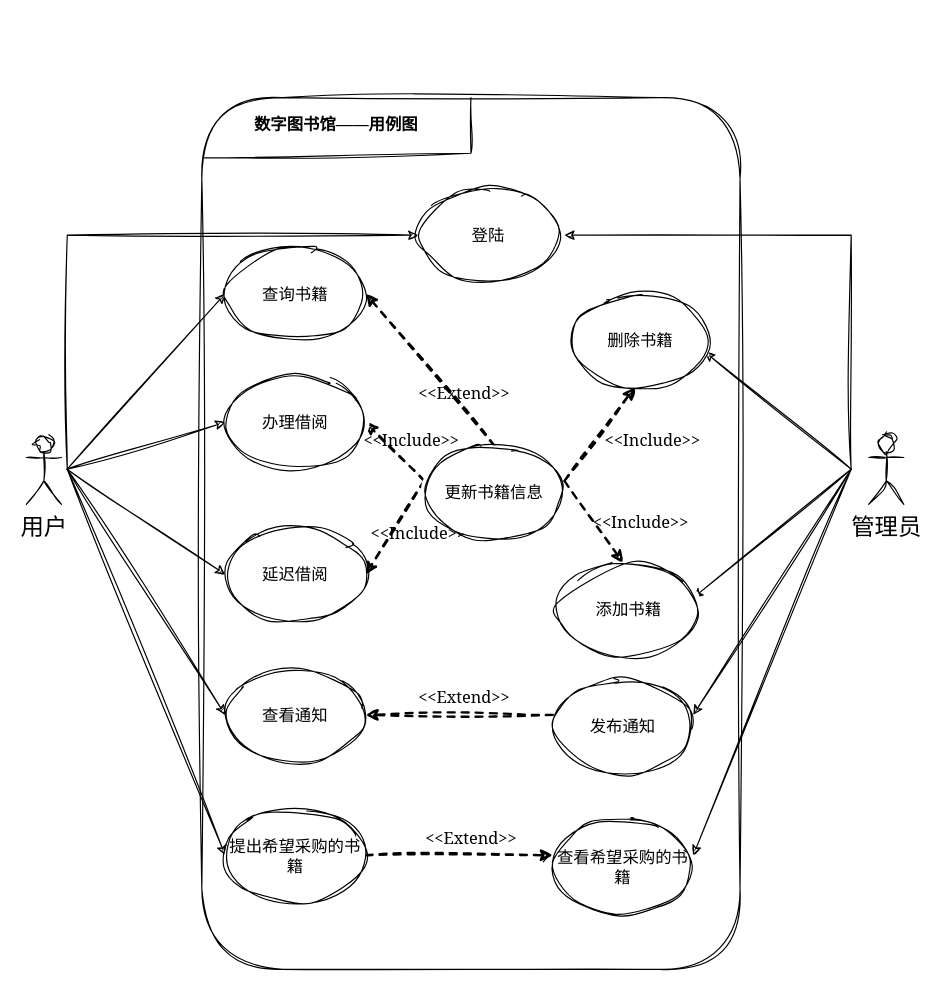
Before: useCaseDiagram/数字图书馆用例图.drawio in Jinlkj/DrawIO, a draw.io diagram. Source tidied: cells renumbered, new cells numbered last; positions are measured from the earlier drawing's top-left corner, leaving out a move shared by most shapes. Both pictures are drawn from the tidied source at 117%, with x=0, y=0 at pixel (26, 97).
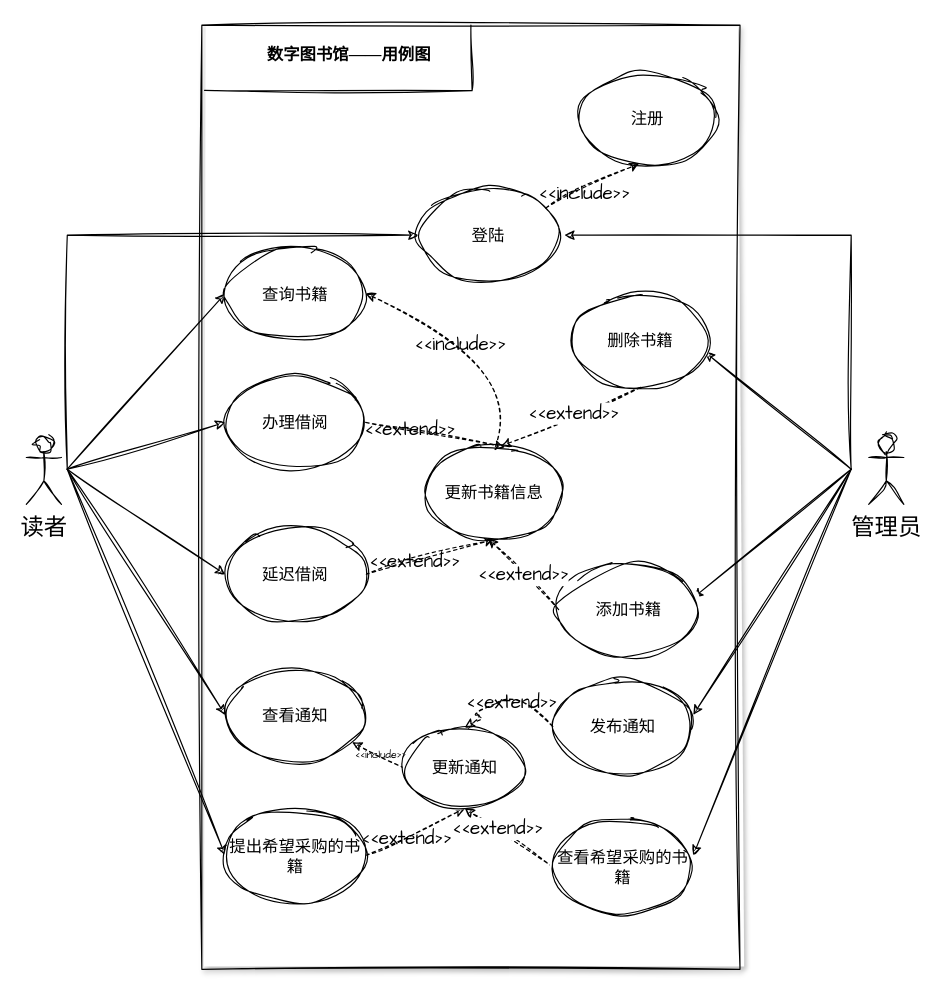
After the change.

Commit message:
更新数字图书馆用例图.drawio

Unchanged cells that the change refers to:
```xml
<mxCell id="28" value="查询书籍" style="ellipse;whiteSpace=wrap;html=1;sketch=1;hachureGap=4;jiggle=2;curveFitting=1;fontFamily=Georgia;fontSize=14;" parent="1" vertex="1">
  <mxGeometry x="170" y="127.5" width="120" height="80" as="geometry" />
</mxCell>
<mxCell id="29" value="办理借阅" style="ellipse;whiteSpace=wrap;html=1;sketch=1;hachureGap=4;jiggle=2;curveFitting=1;fontFamily=Georgia;fontSize=14;" parent="1" vertex="1">
  <mxGeometry x="170" y="237.5" width="120" height="80" as="geometry" />
</mxCell>
<mxCell id="30" value="延迟借阅" style="ellipse;whiteSpace=wrap;html=1;sketch=1;hachureGap=4;jiggle=2;curveFitting=1;fontFamily=Georgia;fontSize=14;" parent="1" vertex="1">
  <mxGeometry x="170" y="367.5" width="120" height="80" as="geometry" />
</mxCell>
<mxCell id="31" value="查看通知" style="ellipse;whiteSpace=wrap;html=1;sketch=1;hachureGap=4;jiggle=2;curveFitting=1;fontFamily=Georgia;fontSize=14;" parent="1" vertex="1">
  <mxGeometry x="170" y="487.5" width="120" height="80" as="geometry" />
</mxCell>
<mxCell id="32" value="提出希望采购的书籍" style="ellipse;whiteSpace=wrap;html=1;sketch=1;hachureGap=4;jiggle=2;curveFitting=1;fontFamily=Georgia;fontSize=14;" parent="1" vertex="1">
  <mxGeometry x="170" y="607.5" width="120" height="80" as="geometry" />
</mxCell>
<mxCell id="33" value="删除书籍" style="ellipse;whiteSpace=wrap;html=1;sketch=1;hachureGap=4;jiggle=2;curveFitting=1;fontFamily=Georgia;fontSize=14;" parent="1" vertex="1">
  <mxGeometry x="465" y="167.5" width="120" height="80" as="geometry" />
</mxCell>
<mxCell id="34" value="添加书籍" style="ellipse;whiteSpace=wrap;html=1;sketch=1;hachureGap=4;jiggle=2;curveFitting=1;fontFamily=Georgia;fontSize=14;" parent="1" vertex="1">
  <mxGeometry x="455" y="397.5" width="120" height="80" as="geometry" />
</mxCell>
<mxCell id="35" value="发布通知" style="ellipse;whiteSpace=wrap;html=1;sketch=1;hachureGap=4;jiggle=2;curveFitting=1;fontFamily=Georgia;fontSize=14;" parent="1" vertex="1">
  <mxGeometry x="450" y="497.5" width="120" height="80" as="geometry" />
</mxCell>
<mxCell id="36" value="查看希望采购的书籍" style="ellipse;whiteSpace=wrap;html=1;sketch=1;hachureGap=4;jiggle=2;curveFitting=1;fontFamily=Georgia;fontSize=14;" parent="1" vertex="1">
  <mxGeometry x="450" y="617.5" width="120" height="80" as="geometry" />
</mxCell>
<mxCell id="37" value="更新书籍信息" style="ellipse;whiteSpace=wrap;html=1;sketch=1;hachureGap=4;jiggle=2;curveFitting=1;fontFamily=Georgia;fontSize=14;" parent="1" vertex="1">
  <mxGeometry x="340" y="297.5" width="120" height="80" as="geometry" />
</mxCell>
<mxCell id="38" value="登陆" style="ellipse;whiteSpace=wrap;html=1;sketch=1;hachureGap=4;jiggle=2;curveFitting=1;fontFamily=Georgia;fontSize=14;" parent="1" vertex="1">
  <mxGeometry x="335" y="77.5" width="120" height="80" as="geometry" />
</mxCell>
```

What changed in the source:
```diff
@@
-    <mxCell id="2" style="rounded=1;whiteSpace=wrap;html=1;sketch=1;hachureGap=4;jiggle=2;curveFitting=1;fontFamily=Georgia;fontSize=14;" parent="1" vertex="1">
-      <mxGeometry x="150" width="460" height="745" as="geometry" />
+    <mxCell id="2" style="rounded=0;whiteSpace=wrap;html=1;sketch=1;hachureGap=4;jiggle=2;curveFitting=1;fontFamily=Georgia;fontSize=14;glass=0;shadow=1;" parent="1" vertex="1">
+      <mxGeometry x="150" y="-62" width="460" height="807" as="geometry" />
     </mxCell>
@@
     <mxCell id="13" value="&lt;font style=&quot;font-size: 14px;&quot;&gt;&lt;b style=&quot;font-size: 14px;&quot;&gt;数字图书馆——用例图&lt;/b&gt;&lt;/font&gt;" style="text;html=1;strokeColor=none;fillColor=none;align=center;verticalAlign=middle;whiteSpace=wrap;rounded=0;fontSize=14;strokeWidth=2;fontColor=#000000;fontFamily=Georgia;" parent="1" vertex="1">
-      <mxGeometry x="180" y="7.5" width="170" height="30" as="geometry" />
+      <mxGeometry x="191" y="-52" width="170" height="30" as="geometry" />
     </mxCell>
-    <mxCell id="14" style="edgeStyle=orthogonalEdgeStyle;rounded=0;orthogonalLoop=1;jettySize=auto;html=1;exitX=1;exitY=0.5;exitDx=0;exitDy=0;entryX=0;entryY=0.5;entryDx=0;entryDy=0;dashed=1;fontSize=14;strokeColor=default;strokeWidth=2;fontFamily=Georgia;sketch=1;hachureGap=4;jiggle=2;curveFitting=1;" parent="1" edge="1">
-      <mxGeometry relative="1" as="geometry">
-        <mxPoint x="290" y="647.5" as="sourcePoint" />
-        <mxPoint x="450" y="647.5" as="targetPoint" />
-      </mxGeometry>
-    </mxCell>
-    <mxCell id="15" style="rounded=0;orthogonalLoop=1;jettySize=auto;html=1;exitX=0;exitY=0.5;exitDx=0;exitDy=0;entryX=1;entryY=0.5;entryDx=0;entryDy=0;dashed=1;fontSize=14;strokeColor=default;strokeWidth=2;fontFamily=Georgia;sketch=1;hachureGap=4;jiggle=2;curveFitting=1;" parent="1" edge="1">
-      <mxGeometry relative="1" as="geometry">
-        <mxPoint x="450" y="527.5" as="sourcePoint" />
-        <mxPoint x="290" y="527.5" as="targetPoint" />
-      </mxGeometry>
-    </mxCell>
-    <mxCell id="16" value="&lt;font style=&quot;font-size: 14px;&quot;&gt;&amp;lt;&amp;lt;Extend&amp;gt;&amp;gt;&lt;/font&gt;" style="text;html=1;align=center;verticalAlign=middle;strokeColor=none;fillColor=none;fontSize=14;strokeWidth=2;rounded=0;fontColor=#000000;fontFamily=Georgia;" parent="1" vertex="1">
-      <mxGeometry x="323.5" y="497.5" width="100" height="30" as="geometry" />
-    </mxCell>
-    <mxCell id="17" style="rounded=0;orthogonalLoop=1;jettySize=auto;html=1;exitX=0.5;exitY=0;exitDx=0;exitDy=0;entryX=1;entryY=0.5;entryDx=0;entryDy=0;dashed=1;fontSize=14;strokeColor=default;strokeWidth=2;fontFamily=Georgia;sketch=1;hachureGap=4;jiggle=2;curveFitting=1;" parent="1" edge="1">
-      <mxGeometry relative="1" as="geometry">
-        <mxPoint x="400" y="297.5" as="sourcePoint" />
-        <mxPoint x="290" y="167.5" as="targetPoint" />
-      </mxGeometry>
-    </mxCell>
-    <mxCell id="18" style="rounded=0;orthogonalLoop=1;jettySize=auto;html=1;exitX=0;exitY=0.5;exitDx=0;exitDy=0;dashed=1;entryX=1;entryY=0.5;entryDx=0;entryDy=0;fontSize=14;strokeColor=default;strokeWidth=2;fontFamily=Georgia;sketch=1;hachureGap=4;jiggle=2;curveFitting=1;" parent="1" edge="1">
-      <mxGeometry relative="1" as="geometry">
-        <mxPoint x="340" y="327.5" as="sourcePoint" />
-        <mxPoint x="290" y="277.5" as="targetPoint" />
-      </mxGeometry>
-    </mxCell>
-    <mxCell id="19" style="rounded=0;orthogonalLoop=1;jettySize=auto;html=1;exitX=0;exitY=0.5;exitDx=0;exitDy=0;entryX=1;entryY=0.5;entryDx=0;entryDy=0;dashed=1;fontSize=14;strokeColor=default;strokeWidth=2;fontFamily=Georgia;sketch=1;hachureGap=4;jiggle=2;curveFitting=1;" parent="1" edge="1">
-      <mxGeometry relative="1" as="geometry">
-        <mxPoint x="340" y="327.5" as="sourcePoint" />
-        <mxPoint x="290" y="407.5" as="targetPoint" />
-      </mxGeometry>
-    </mxCell>
-    <mxCell id="20" style="rounded=0;orthogonalLoop=1;jettySize=auto;html=1;exitX=1;exitY=0.5;exitDx=0;exitDy=0;entryX=0.5;entryY=1;entryDx=0;entryDy=0;dashed=1;fontSize=14;strokeColor=default;strokeWidth=2;fontFamily=Georgia;sketch=1;hachureGap=4;jiggle=2;curveFitting=1;" parent="1" edge="1">
-      <mxGeometry relative="1" as="geometry">
-        <mxPoint x="460" y="327.5" as="sourcePoint" />
-        <mxPoint x="520" y="247.5" as="targetPoint" />
-      </mxGeometry>
-    </mxCell>
-    <mxCell id="21" style="rounded=0;orthogonalLoop=1;jettySize=auto;html=1;exitX=1;exitY=0.5;exitDx=0;exitDy=0;entryX=0.5;entryY=0;entryDx=0;entryDy=0;dashed=1;fontSize=14;strokeColor=default;strokeWidth=2;fontFamily=Georgia;sketch=1;hachureGap=4;jiggle=2;curveFitting=1;" parent="1" edge="1">
-      <mxGeometry relative="1" as="geometry">
-        <mxPoint x="460" y="327.5" as="sourcePoint" />
-        <mxPoint x="510" y="397.5" as="targetPoint" />
-      </mxGeometry>
-    </mxCell>
-    <mxCell id="22" value="&lt;font style=&quot;font-size: 14px;&quot;&gt;&amp;lt;&amp;lt;Extend&amp;gt;&amp;gt;&lt;/font&gt;" style="text;html=1;align=center;verticalAlign=middle;strokeColor=none;fillColor=none;fontSize=14;strokeWidth=2;rounded=0;fontColor=#000000;fontFamily=Georgia;" parent="1" vertex="1">
-      <mxGeometry x="324" y="237.5" width="100" height="30" as="geometry" />
-    </mxCell>
-    <mxCell id="23" value="&lt;font style=&quot;font-size: 14px;&quot;&gt;&amp;lt;&amp;lt;Include&amp;gt;&amp;gt;&lt;/font&gt;" style="text;html=1;align=center;verticalAlign=middle;strokeColor=none;fillColor=none;fontSize=14;strokeWidth=2;rounded=0;fontColor=#000000;fontFamily=Georgia;" parent="1" vertex="1">
-      <mxGeometry x="274" y="277.5" width="110" height="30" as="geometry" />
-    </mxCell>
-    <mxCell id="24" value="&lt;font style=&quot;font-size: 14px;&quot;&gt;&amp;lt;&amp;lt;Include&amp;gt;&amp;gt;&lt;/font&gt;" style="text;html=1;align=center;verticalAlign=middle;strokeColor=none;fillColor=none;fontSize=14;strokeWidth=2;rounded=0;fontColor=#000000;fontFamily=Georgia;" parent="1" vertex="1">
-      <mxGeometry x="280" y="357.5" width="110" height="30" as="geometry" />
-    </mxCell>
-    <mxCell id="25" value="&lt;font style=&quot;font-size: 14px;&quot;&gt;&amp;lt;&amp;lt;Extend&amp;gt;&amp;gt;&lt;/font&gt;" style="text;html=1;align=center;verticalAlign=middle;strokeColor=none;fillColor=none;fontSize=14;strokeWidth=2;rounded=0;fontColor=#000000;fontFamily=Georgia;" parent="1" vertex="1">
-      <mxGeometry x="330" y="617.5" width="100" height="30" as="geometry" />
-    </mxCell>
-    <mxCell id="26" value="&lt;font style=&quot;font-size: 14px;&quot;&gt;&amp;lt;&amp;lt;Include&amp;gt;&amp;gt;&lt;/font&gt;" style="text;html=1;align=center;verticalAlign=middle;strokeColor=none;fillColor=none;fontSize=14;strokeWidth=2;rounded=0;fontColor=#000000;fontFamily=Georgia;" parent="1" vertex="1">
-      <mxGeometry x="470" y="347.5" width="110" height="30" as="geometry" />
-    </mxCell>
-    <mxCell id="27" value="&lt;font style=&quot;font-size: 14px;&quot;&gt;&amp;lt;&amp;lt;Include&amp;gt;&amp;gt;&lt;/font&gt;" style="text;html=1;align=center;verticalAlign=middle;strokeColor=none;fillColor=none;fontSize=14;strokeWidth=2;rounded=0;fontColor=#000000;fontFamily=Georgia;" parent="1" vertex="1">
-      <mxGeometry x="480" y="277.5" width="110" height="30" as="geometry" />
-    </mxCell>
@@
+    <mxCell id="43" style="edgeStyle=none;shape=connector;rounded=0;sketch=1;hachureGap=4;jiggle=2;curveFitting=1;jettySize=auto;html=1;exitX=1;exitY=0.5;exitDx=0;exitDy=0;entryX=0.5;entryY=1;entryDx=0;entryDy=0;labelBackgroundColor=default;strokeColor=default;align=center;verticalAlign=middle;fontFamily=Architects Daughter;fontSize=16;fontColor=default;endArrow=classic;dashed=1;" parent="1" edge="1" source="30" target="37">
+      <mxGeometry relative="1" as="geometry" />
+    </mxCell>
+    <mxCell id="44" value="&amp;lt;&amp;lt;extend&amp;gt;&amp;gt;" style="edgeLabel;html=1;align=center;verticalAlign=middle;fontSize=16;fontFamily=Architects Daughter;fontColor=default;labelBackgroundColor=none;" parent="43" vertex="1">
+      <mxGeometry x="-0.25" relative="1" as="geometry" />
+    </mxCell>
@@
+    <mxCell id="45" style="edgeStyle=none;shape=connector;rounded=0;sketch=1;hachureGap=4;jiggle=2;curveFitting=1;jettySize=auto;html=1;exitX=1;exitY=0.5;exitDx=0;exitDy=0;entryX=0.5;entryY=1;entryDx=0;entryDy=0;labelBackgroundColor=default;strokeColor=default;align=center;verticalAlign=middle;fontFamily=Architects Daughter;fontSize=16;fontColor=default;endArrow=classic;dashed=1;" parent="1" edge="1" source="32" target="54">
+      <mxGeometry relative="1" as="geometry" />
+    </mxCell>
+    <mxCell id="46" value="&amp;lt;&amp;lt;extend&amp;gt;&amp;gt;" style="edgeLabel;html=1;align=center;verticalAlign=middle;fontSize=16;fontFamily=Architects Daughter;fontColor=default;labelBackgroundColor=none;" parent="45" vertex="1">
+      <mxGeometry x="-0.18" y="-1" relative="1" as="geometry" />
+    </mxCell>
@@
+    <mxCell id="47" style="edgeStyle=none;shape=connector;rounded=0;sketch=1;hachureGap=4;jiggle=2;curveFitting=1;jettySize=auto;html=1;exitX=0;exitY=0.5;exitDx=0;exitDy=0;entryX=0.5;entryY=1;entryDx=0;entryDy=0;labelBackgroundColor=default;strokeColor=default;align=center;verticalAlign=middle;fontFamily=Architects Daughter;fontSize=16;fontColor=default;endArrow=classic;dashed=1;" parent="1" edge="1" source="36" target="54">
+      <mxGeometry relative="1" as="geometry" />
+    </mxCell>
+    <mxCell id="48" value="&amp;lt;&amp;lt;extend&amp;gt;&amp;gt;" style="edgeLabel;html=1;align=center;verticalAlign=middle;fontSize=16;fontFamily=Architects Daughter;fontColor=default;" parent="47" vertex="1">
+      <mxGeometry x="0.28" y="-1" relative="1" as="geometry" />
+    </mxCell>
@@
-    <mxCell id="39" value="用户" style="shape=umlActor;verticalLabelPosition=bottom;verticalAlign=top;html=1;sketch=1;hachureGap=4;jiggle=2;curveFitting=1;fontFamily=Georgia;fontSize=20;" parent="1" vertex="1">
+    <mxCell id="39" value="读者" style="shape=umlActor;verticalLabelPosition=bottom;verticalAlign=top;html=1;sketch=1;hachureGap=4;jiggle=2;curveFitting=1;fontFamily=Georgia;fontSize=20;" parent="1" vertex="1">
       <mxGeometry y="287.5" width="30" height="60" as="geometry" />
     </mxCell>
     <mxCell id="40" style="endArrow=none;html=1;rounded=0;sketch=1;hachureGap=4;jiggle=2;curveFitting=1;fontFamily=Georgia;fontSize=14;exitX=0.005;exitY=0.069;exitDx=0;exitDy=0;exitPerimeter=0;entryX=0.5;entryY=0;entryDx=0;entryDy=0;" parent="1" edge="1" source="2" target="2">
       <mxGeometry relative="1" as="geometry">
         <Array as="points">
-          <mxPoint x="380" y="47.5" />
+          <mxPoint x="381" y="-6" />
         </Array>
       </mxGeometry>
     </mxCell>
@@
+    <mxCell id="49" value="注册" style="ellipse;whiteSpace=wrap;html=1;sketch=1;hachureGap=4;jiggle=2;curveFitting=1;fontFamily=Georgia;fontSize=14;" parent="1" vertex="1">
+      <mxGeometry x="471" y="-22" width="120" height="80" as="geometry" />
+    </mxCell>
+    <mxCell id="50" style="edgeStyle=none;shape=connector;rounded=0;sketch=1;hachureGap=4;jiggle=2;curveFitting=1;jettySize=auto;html=1;entryX=0.442;entryY=0.975;entryDx=0;entryDy=0;entryPerimeter=0;labelBackgroundColor=default;strokeColor=default;align=center;verticalAlign=middle;fontFamily=Architects Daughter;fontSize=16;fontColor=default;endArrow=classic;dashed=1;strokeWidth=1;" parent="1" edge="1" source="38" target="49">
+      <mxGeometry relative="1" as="geometry" />
+    </mxCell>
+    <mxCell id="51" value="&amp;lt;&amp;lt;include&amp;gt;&amp;gt;" style="edgeLabel;html=1;align=center;verticalAlign=middle;fontSize=16;fontFamily=Architects Daughter;fontColor=default;labelBackgroundColor=none;" parent="50" vertex="1">
+      <mxGeometry x="-0.22" y="-2" relative="1" as="geometry" />
+    </mxCell>
+    <mxCell id="52" style="edgeStyle=none;shape=connector;rounded=0;sketch=1;hachureGap=4;jiggle=2;curveFitting=1;jettySize=auto;html=1;exitX=0;exitY=0.5;exitDx=0;exitDy=0;labelBackgroundColor=default;strokeColor=default;align=center;verticalAlign=middle;fontFamily=Architects Daughter;fontSize=16;fontColor=default;endArrow=classic;dashed=1;" parent="1" edge="1" source="54" target="31">
+      <mxGeometry relative="1" as="geometry" />
+    </mxCell>
+    <mxCell id="53" value="&amp;lt;&amp;lt;include&amp;gt;&amp;gt;" style="edgeLabel;html=1;align=center;verticalAlign=middle;fontSize=9;fontFamily=Architects Daughter;fontColor=default;labelBackgroundColor=none;" parent="52" vertex="1">
+      <mxGeometry x="-0.07" relative="1" as="geometry" />
+    </mxCell>
+    <mxCell id="54" value="更新通知" style="ellipse;whiteSpace=wrap;html=1;sketch=1;hachureGap=4;jiggle=2;curveFitting=1;fontFamily=Georgia;fontSize=14;" parent="1" vertex="1">
+      <mxGeometry x="323" y="538.5" width="103.5" height="69" as="geometry" />
+    </mxCell>
+    <mxCell id="55" style="edgeStyle=none;shape=connector;rounded=0;sketch=1;hachureGap=4;jiggle=2;curveFitting=1;jettySize=auto;html=1;exitX=1;exitY=0.5;exitDx=0;exitDy=0;entryX=0.577;entryY=0.013;entryDx=0;entryDy=0;entryPerimeter=0;labelBackgroundColor=default;strokeColor=default;align=center;verticalAlign=middle;fontFamily=Architects Daughter;fontSize=16;fontColor=default;endArrow=classic;dashed=1;" parent="1" edge="1" source="29" target="37">
+      <mxGeometry relative="1" as="geometry" />
+    </mxCell>
+    <mxCell id="56" value="&amp;lt;&amp;lt;extend&amp;gt;&amp;gt;" style="edgeLabel;html=1;align=center;verticalAlign=middle;fontSize=16;fontFamily=Architects Daughter;fontColor=default;labelBackgroundColor=none;" parent="55" vertex="1">
+      <mxGeometry x="-0.38" y="1" relative="1" as="geometry" />
+    </mxCell>
+    <mxCell id="57" style="edgeStyle=none;shape=connector;rounded=0;sketch=1;hachureGap=4;jiggle=2;curveFitting=1;jettySize=auto;html=1;exitX=0.5;exitY=1;exitDx=0;exitDy=0;entryX=0.548;entryY=0.005;entryDx=0;entryDy=0;entryPerimeter=0;labelBackgroundColor=default;strokeColor=default;align=center;verticalAlign=middle;fontFamily=Architects Daughter;fontSize=16;fontColor=default;endArrow=classic;dashed=1;" parent="1" edge="1" source="33" target="37">
+      <mxGeometry relative="1" as="geometry" />
+    </mxCell>
+    <mxCell id="58" value="&amp;lt;&amp;lt;extend&amp;gt;&amp;gt;" style="edgeLabel;html=1;align=center;verticalAlign=middle;fontSize=16;fontFamily=Architects Daughter;fontColor=default;" parent="57" vertex="1">
+      <mxGeometry x="-0.06" y="-3" relative="1" as="geometry">
+        <mxPoint y="1" as="offset" />
+      </mxGeometry>
+    </mxCell>
+    <mxCell id="59" style="edgeStyle=none;shape=connector;rounded=0;sketch=1;hachureGap=4;jiggle=2;curveFitting=1;jettySize=auto;html=1;exitX=0;exitY=0.5;exitDx=0;exitDy=0;entryX=0.456;entryY=0.987;entryDx=0;entryDy=0;entryPerimeter=0;labelBackgroundColor=default;strokeColor=default;align=center;verticalAlign=middle;fontFamily=Architects Daughter;fontSize=16;fontColor=default;endArrow=classic;dashed=1;" parent="1" edge="1" source="34" target="37">
+      <mxGeometry relative="1" as="geometry" />
+    </mxCell>
+    <mxCell id="60" value="&amp;lt;&amp;lt;extend&amp;gt;&amp;gt;" style="edgeLabel;html=1;align=center;verticalAlign=middle;fontSize=16;fontFamily=Architects Daughter;fontColor=default;" parent="59" vertex="1">
+      <mxGeometry y="1" relative="1" as="geometry" />
+    </mxCell>
+    <mxCell id="61" style="curved=1;endArrow=classic;html=1;rounded=0;labelBackgroundColor=default;sketch=1;hachureGap=4;jiggle=2;curveFitting=1;strokeColor=default;align=center;verticalAlign=middle;fontFamily=Architects Daughter;fontSize=16;fontColor=default;shape=connector;exitX=0;exitY=0.5;exitDx=0;exitDy=0;entryX=0.5;entryY=0;entryDx=0;entryDy=0;dashed=1;" parent="1" edge="1" source="35" target="54">
+      <mxGeometry relative="1" as="geometry">
+        <Array as="points">
+          <mxPoint x="421" y="508" />
+          <mxPoint x="381" y="528" />
+          <mxPoint x="391" y="528" />
+        </Array>
+      </mxGeometry>
+    </mxCell>
+    <mxCell id="62" value="&amp;lt;&amp;lt;extend&amp;gt;&amp;gt;" style="edgeLabel;html=1;align=center;verticalAlign=middle;fontSize=16;fontFamily=Architects Daughter;fontColor=default;labelBackgroundColor=none;" parent="61" vertex="1">
+      <mxGeometry x="-0.12" y="5" relative="1" as="geometry" />
+    </mxCell>
+    <mxCell id="63" style="curved=1;endArrow=classic;html=1;rounded=0;labelBackgroundColor=default;sketch=1;hachureGap=4;jiggle=2;curveFitting=1;strokeColor=default;align=center;verticalAlign=middle;fontFamily=Architects Daughter;fontSize=16;fontColor=default;shape=connector;entryX=1;entryY=0.5;entryDx=0;entryDy=0;dashed=1;" parent="1" edge="1" target="28">
+      <mxGeometry relative="1" as="geometry">
+        <mxPoint x="401" y="298" as="sourcePoint" />
+        <Array as="points">
+          <mxPoint x="431" y="228" />
+        </Array>
+      </mxGeometry>
+    </mxCell>
+    <mxCell id="64" value="&amp;lt;&amp;lt;include&amp;gt;&amp;gt;" style="edgeLabel;html=1;align=center;verticalAlign=middle;fontSize=16;fontFamily=Architects Daughter;fontColor=default;labelBackgroundColor=none;" parent="63" vertex="1">
+      <mxGeometry x="0.21" y="8" relative="1" as="geometry" />
+    </mxCell>
```
